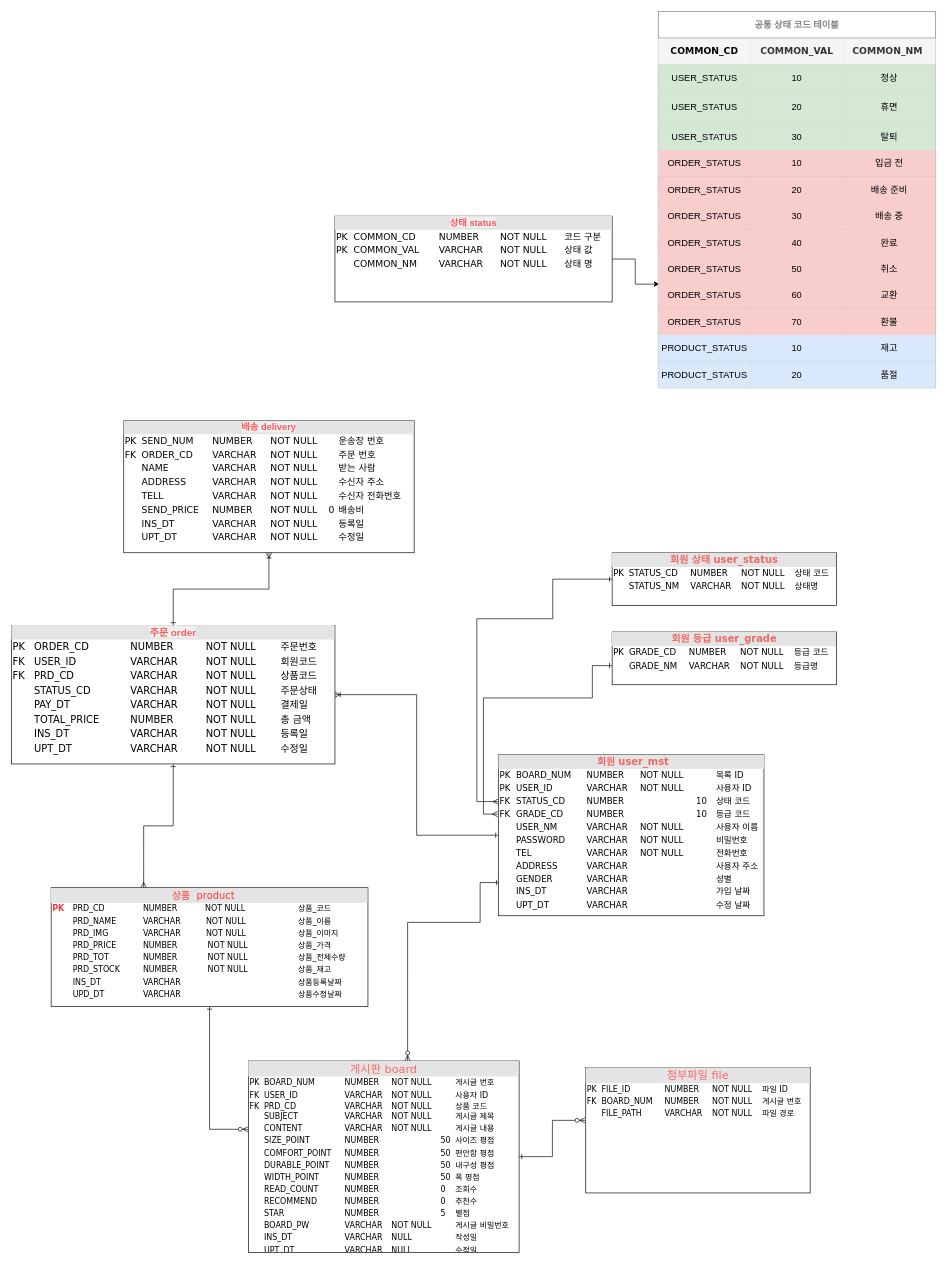
Before: Nike.com/NikeERP.drawio in MinJeung-Kim/Team-Project, a draw.io diagram. Source tidied: cells renumbered, new cells numbered last; positions are measured from the earlier drawing's top-left corner, leaving out a move shared by most shapes. Both pictures are drawn from the tidied source at 66%, with x=0, y=0 at pixel (11, 11).
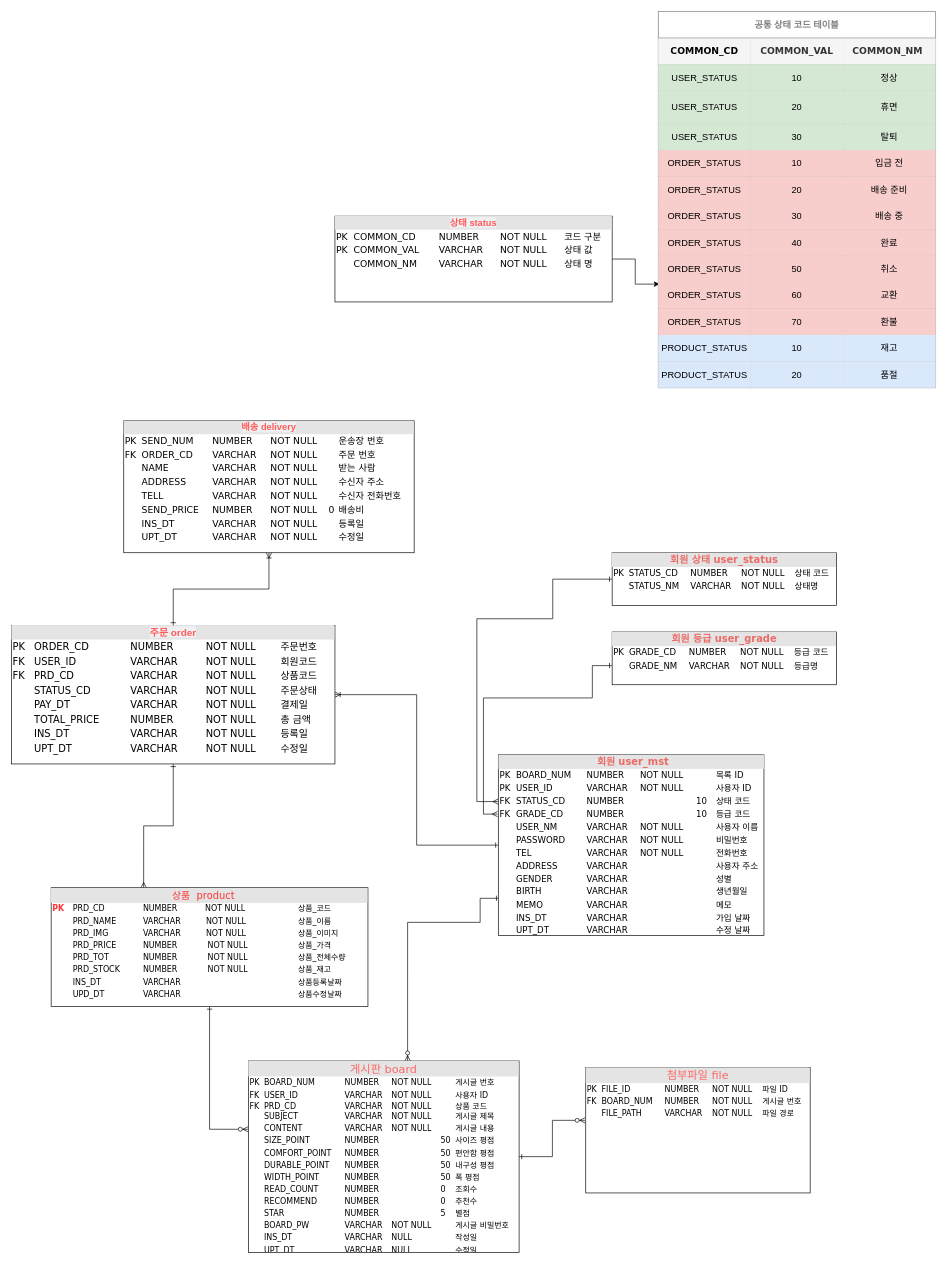
The same diagram, later.

Change to the diagram source:
```diff
@@
-    <mxCell id="12" value="&lt;div style=&quot;box-sizing: border-box ; width: 100% ; background: rgb(228 , 228 , 228) ; padding: 2px ; text-align: center ; font-size: 15px&quot;&gt;&lt;font color=&quot;#ea6b66&quot; style=&quot;font-size: 15px&quot;&gt;&amp;nbsp;&lt;font style=&quot;font-size: 15px&quot;&gt;&lt;b&gt;회원&lt;/b&gt;&lt;/font&gt; &lt;b&gt;user_mst&lt;/b&gt;&lt;/font&gt;&lt;/div&gt;&lt;table cellpadding=&quot;2&quot; cellspacing=&quot;0&quot; style=&quot;font-size: 13px ; width: 410.667px&quot;&gt;&lt;tbody&gt;&lt;tr&gt;&lt;td&gt;&lt;font style=&quot;font-size: 13px&quot;&gt;PK&lt;/font&gt;&lt;/td&gt;&lt;td&gt;&lt;font style=&quot;font-size: 13px&quot;&gt;BOARD_NUM&lt;br&gt;&lt;/font&gt;&lt;/td&gt;&lt;td&gt;&lt;font style=&quot;font-size: 13px&quot;&gt;NUMBER&lt;/font&gt;&lt;/td&gt;&lt;td&gt;&lt;font style=&quot;font-size: 13px&quot;&gt;NOT NULL&lt;/font&gt;&lt;/td&gt;&lt;td&gt;&lt;font style=&quot;font-size: 13px&quot;&gt;&lt;br&gt;&lt;/font&gt;&lt;/td&gt;&lt;td&gt;&lt;font style=&quot;font-size: 13px&quot;&gt;&lt;br&gt;&lt;/font&gt;&lt;/td&gt;&lt;td&gt;&lt;font style=&quot;font-size: 13px&quot;&gt;목록 ID&lt;/font&gt;&lt;/td&gt;&lt;/tr&gt;&lt;tr&gt;&lt;td&gt;&lt;font style=&quot;font-size: 13px&quot;&gt;PK&lt;/font&gt;&lt;/td&gt;&lt;td&gt;&lt;font style=&quot;font-size: 13px&quot;&gt;USER_ID&lt;/font&gt;&lt;/td&gt;&lt;td&gt;&lt;font style=&quot;font-size: 13px&quot;&gt;VARCHAR&lt;/font&gt;&lt;/td&gt;&lt;td&gt;&lt;font style=&quot;font-size: 13px&quot;&gt;NOT NULL&lt;/font&gt;&lt;/td&gt;&lt;td&gt;&lt;font style=&quot;font-size: 13px&quot;&gt;&lt;br&gt;&lt;/font&gt;&lt;/td&gt;&lt;td&gt;&lt;font style=&quot;font-size: 13px&quot;&gt;&lt;br&gt;&lt;/font&gt;&lt;/td&gt;&lt;td&gt;&lt;font style=&quot;font-size: 13px&quot;&gt;사용자 ID&lt;/font&gt;&lt;/td&gt;&lt;/tr&gt;&lt;tr&gt;&lt;td&gt;&lt;font style=&quot;font-size: 13px&quot;&gt;FK&lt;/font&gt;&lt;/td&gt;&lt;td&gt;&lt;font style=&quot;font-size: 13px&quot;&gt;STATUS_CD&lt;/font&gt;&lt;/td&gt;&lt;td&gt;&lt;font style=&quot;font-size: 13px&quot;&gt;NUMBER&lt;br&gt;&lt;/font&gt;&lt;/td&gt;&lt;td&gt;&lt;font style=&quot;font-size: 13px&quot;&gt;&lt;br&gt;&lt;/font&gt;&lt;/td&gt;&lt;td&gt;&lt;font style=&quot;font-size: 13px&quot;&gt;10&lt;/font&gt;&lt;/td&gt;&lt;td&gt;&lt;font style=&quot;font-size: 13px&quot;&gt;&lt;br&gt;&lt;/font&gt;&lt;/td&gt;&lt;td&gt;&lt;font style=&quot;font-size: 13px&quot;&gt;상태 코드&lt;/font&gt;&lt;/td&gt;&lt;/tr&gt;&lt;tr&gt;&lt;td&gt;&lt;font style=&quot;font-size: 13px&quot;&gt;FK&lt;/font&gt;&lt;/td&gt;&lt;td&gt;&lt;font style=&quot;font-size: 13px&quot;&gt;GRADE_CD&lt;/font&gt;&lt;/td&gt;&lt;td&gt;&lt;font style=&quot;font-size: 13px&quot;&gt;NUMBER&lt;br&gt;&lt;/font&gt;&lt;/td&gt;&lt;td&gt;&lt;font style=&quot;font-size: 13px&quot;&gt;&lt;br&gt;&lt;/font&gt;&lt;/td&gt;&lt;td&gt;&lt;font style=&quot;font-size: 13px&quot;&gt;10&lt;/font&gt;&lt;/td&gt;&lt;td&gt;&lt;font style=&quot;font-size: 13px&quot;&gt;&lt;br&gt;&lt;/font&gt;&lt;/td&gt;&lt;td&gt;&lt;font style=&quot;font-size: 13px&quot;&gt;등급 코드&lt;/font&gt;&lt;/td&gt;&lt;/tr&gt;&lt;tr&gt;&lt;td&gt;&lt;font style=&quot;font-size: 13px&quot;&gt;&lt;br&gt;&lt;/font&gt;&lt;/td&gt;&lt;td&gt;&lt;font style=&quot;font-size: 13px&quot;&gt;USER_NM&lt;br&gt;&lt;/font&gt;&lt;/td&gt;&lt;td&gt;&lt;font style=&quot;font-size: 13px&quot;&gt;VARCHAR&lt;br&gt;&lt;/font&gt;&lt;/td&gt;&lt;td&gt;&lt;font style=&quot;font-size: 13px&quot;&gt;NOT NULL&lt;br&gt;&lt;/font&gt;&lt;/td&gt;&lt;td&gt;&lt;font style=&quot;font-size: 13px&quot;&gt;&lt;br&gt;&lt;/font&gt;&lt;/td&gt;&lt;td&gt;&lt;font style=&quot;font-size: 13px&quot;&gt;&lt;br&gt;&lt;/font&gt;&lt;/td&gt;&lt;td&gt;&lt;font style=&quot;font-size: 13px&quot;&gt;사용자 이름&lt;br&gt;&lt;/font&gt;&lt;/td&gt;&lt;/tr&gt;&lt;tr&gt;&lt;td&gt;&lt;font style=&quot;font-size: 13px&quot;&gt;&lt;br&gt;&lt;/font&gt;&lt;/td&gt;&lt;td&gt;&lt;font style=&quot;font-size: 13px&quot;&gt;PASSWORD&lt;br&gt;&lt;/font&gt;&lt;/td&gt;&lt;td&gt;&lt;font style=&quot;font-size: 13px&quot;&gt;VARCHAR&lt;br&gt;&lt;/font&gt;&lt;/td&gt;&lt;td&gt;&lt;font style=&quot;font-size: 13px&quot;&gt;NOT NULL&lt;br&gt;&lt;/font&gt;&lt;/td&gt;&lt;td&gt;&lt;font style=&quot;font-size: 13px&quot;&gt;&lt;br&gt;&lt;/font&gt;&lt;/td&gt;&lt;td&gt;&lt;font style=&quot;font-size: 13px&quot;&gt;&lt;br&gt;&lt;/font&gt;&lt;/td&gt;&lt;td&gt;&lt;font style=&quot;font-size: 13px&quot;&gt;비밀번호&lt;br&gt;&lt;/font&gt;&lt;/td&gt;&lt;/tr&gt;&lt;tr&gt;&lt;td&gt;&lt;font style=&quot;font-size: 13px&quot;&gt;&lt;br&gt;&lt;/font&gt;&lt;/td&gt;&lt;td&gt;&lt;font style=&quot;font-size: 13px&quot;&gt;TEL&lt;br&gt;&lt;/font&gt;&lt;/td&gt;&lt;td&gt;&lt;font style=&quot;font-size: 13px&quot;&gt;VARCHAR&lt;br&gt;&lt;/font&gt;&lt;/td&gt;&lt;td&gt;&lt;font style=&quot;font-size: 13px&quot;&gt;NOT NULL&lt;br&gt;&lt;/font&gt;&lt;/td&gt;&lt;td&gt;&lt;font style=&quot;font-size: 13px&quot;&gt;&lt;br&gt;&lt;/font&gt;&lt;/td&gt;&lt;td&gt;&lt;font style=&quot;font-size: 13px&quot;&gt;&lt;br&gt;&lt;/font&gt;&lt;/td&gt;&lt;td&gt;&lt;font style=&quot;font-size: 13px&quot;&gt;전화번호&lt;br&gt;&lt;/font&gt;&lt;/td&gt;&lt;/tr&gt;&lt;tr&gt;&lt;td&gt;&lt;font style=&quot;font-size: 13px&quot;&gt;&lt;br&gt;&lt;/font&gt;&lt;/td&gt;&lt;td&gt;&lt;font style=&quot;font-size: 13px&quot;&gt;ADDRESS&lt;/font&gt;&lt;/td&gt;&lt;td&gt;&lt;font style=&quot;font-size: 13px&quot;&gt;VARCHAR&lt;br&gt;&lt;/font&gt;&lt;/td&gt;&lt;td&gt;&lt;font style=&quot;font-size: 13px&quot;&gt;&lt;br&gt;&lt;/font&gt;&lt;/td&gt;&lt;td&gt;&lt;font style=&quot;font-size: 13px&quot;&gt;&lt;br&gt;&lt;/font&gt;&lt;/td&gt;&lt;td&gt;&lt;font style=&quot;font-size: 13px&quot;&gt;&lt;br&gt;&lt;/font&gt;&lt;/td&gt;&lt;td&gt;&lt;font style=&quot;font-size: 13px&quot;&gt;사용자 주소&lt;/font&gt;&lt;/td&gt;&lt;/tr&gt;&lt;tr&gt;&lt;td&gt;&lt;font style=&quot;font-size: 13px&quot;&gt;&lt;br&gt;&lt;/font&gt;&lt;/td&gt;&lt;td&gt;&lt;font style=&quot;font-size: 13px&quot;&gt;GENDER&lt;/font&gt;&lt;/td&gt;&lt;td&gt;&lt;font style=&quot;font-size: 13px&quot;&gt;VARCHAR&lt;br&gt;&lt;/font&gt;&lt;/td&gt;&lt;td&gt;&lt;font style=&quot;font-size: 13px&quot;&gt;&lt;br&gt;&lt;/font&gt;&lt;/td&gt;&lt;td&gt;&lt;font style=&quot;font-size: 13px&quot;&gt;&lt;br&gt;&lt;/font&gt;&lt;/td&gt;&lt;td&gt;&lt;font style=&quot;font-size: 13px&quot;&gt;&lt;br&gt;&lt;/font&gt;&lt;/td&gt;&lt;td&gt;&lt;font style=&quot;font-size: 13px&quot;&gt;성별&lt;/font&gt;&lt;/td&gt;&lt;/tr&gt;&lt;tr&gt;&lt;td&gt;&lt;font style=&quot;font-size: 13px&quot;&gt;&lt;br&gt;&lt;/font&gt;&lt;/td&gt;&lt;td&gt;&lt;font style=&quot;font-size: 13px&quot;&gt;INS_DT&lt;/font&gt;&lt;/td&gt;&lt;td&gt;&lt;font style=&quot;font-size: 13px&quot;&gt;VARCHAR&lt;br&gt;&lt;/font&gt;&lt;/td&gt;&lt;td&gt;&lt;font style=&quot;font-size: 13px&quot;&gt;&lt;br&gt;&lt;/font&gt;&lt;/td&gt;&lt;td&gt;&lt;font style=&quot;font-size: 13px&quot;&gt;&lt;br&gt;&lt;/font&gt;&lt;/td&gt;&lt;td&gt;&lt;font style=&quot;font-size: 13px&quot;&gt;&lt;br&gt;&lt;/font&gt;&lt;/td&gt;&lt;td&gt;&lt;font style=&quot;font-size: 13px&quot;&gt;가입 날짜&lt;/font&gt;&lt;/td&gt;&lt;/tr&gt;&lt;tr&gt;&lt;td&gt;&lt;font style=&quot;font-size: 13px&quot;&gt;&lt;br&gt;&lt;/font&gt;&lt;/td&gt;&lt;td&gt;&lt;font style=&quot;font-size: 13px&quot;&gt;UPT_DT&lt;/font&gt;&lt;/td&gt;&lt;td&gt;&lt;font style=&quot;font-size: 13px&quot;&gt;VARCHAR&lt;br&gt;&lt;/font&gt;&lt;/td&gt;&lt;td&gt;&lt;font style=&quot;font-size: 13px&quot;&gt;&lt;br&gt;&lt;/font&gt;&lt;/td&gt;&lt;td&gt;&lt;font style=&quot;font-size: 13px&quot;&gt;&lt;br&gt;&lt;/font&gt;&lt;/td&gt;&lt;td&gt;&lt;font style=&quot;font-size: 13px&quot;&gt;&lt;br&gt;&lt;/font&gt;&lt;/td&gt;&lt;td&gt;&lt;font style=&quot;font-size: 13px&quot;&gt;수정 날짜&lt;/font&gt;&lt;/td&gt;&lt;/tr&gt;&lt;/tbody&gt;&lt;/table&gt;" style="verticalAlign=top;align=left;overflow=fill;html=1;rounded=0;shadow=0;comic=0;labelBackgroundColor=none;strokeWidth=1;fontFamily=Verdana;fontSize=12;spacingTop=0;spacingBottom=0;" parent="1" vertex="1">
-      <mxGeometry x="737.5" y="1126" width="402.5" height="244" as="geometry" />
+    <mxCell id="12" value="&lt;div style=&quot;box-sizing: border-box ; width: 100% ; background: rgb(228 , 228 , 228) ; padding: 2px ; text-align: center ; font-size: 15px&quot;&gt;&lt;font color=&quot;#ea6b66&quot; style=&quot;font-size: 15px&quot;&gt;&amp;nbsp;&lt;font style=&quot;font-size: 15px&quot;&gt;&lt;b&gt;회원&lt;/b&gt;&lt;/font&gt; &lt;b&gt;user_mst&lt;/b&gt;&lt;/font&gt;&lt;/div&gt;&lt;table cellpadding=&quot;2&quot; cellspacing=&quot;0&quot; style=&quot;font-size: 13px ; width: 410.667px&quot;&gt;&lt;tbody&gt;&lt;tr&gt;&lt;td&gt;&lt;font style=&quot;font-size: 13px&quot;&gt;PK&lt;/font&gt;&lt;/td&gt;&lt;td&gt;&lt;font style=&quot;font-size: 13px&quot;&gt;BOARD_NUM&lt;br&gt;&lt;/font&gt;&lt;/td&gt;&lt;td&gt;&lt;font style=&quot;font-size: 13px&quot;&gt;NUMBER&lt;/font&gt;&lt;/td&gt;&lt;td&gt;&lt;font style=&quot;font-size: 13px&quot;&gt;NOT NULL&lt;/font&gt;&lt;/td&gt;&lt;td&gt;&lt;font style=&quot;font-size: 13px&quot;&gt;&lt;br&gt;&lt;/font&gt;&lt;/td&gt;&lt;td&gt;&lt;font style=&quot;font-size: 13px&quot;&gt;&lt;br&gt;&lt;/font&gt;&lt;/td&gt;&lt;td&gt;&lt;font style=&quot;font-size: 13px&quot;&gt;목록 ID&lt;/font&gt;&lt;/td&gt;&lt;/tr&gt;&lt;tr&gt;&lt;td&gt;&lt;font style=&quot;font-size: 13px&quot;&gt;PK&lt;/font&gt;&lt;/td&gt;&lt;td&gt;&lt;font style=&quot;font-size: 13px&quot;&gt;USER_ID&lt;/font&gt;&lt;/td&gt;&lt;td&gt;&lt;font style=&quot;font-size: 13px&quot;&gt;VARCHAR&lt;/font&gt;&lt;/td&gt;&lt;td&gt;&lt;font style=&quot;font-size: 13px&quot;&gt;NOT NULL&lt;/font&gt;&lt;/td&gt;&lt;td&gt;&lt;font style=&quot;font-size: 13px&quot;&gt;&lt;br&gt;&lt;/font&gt;&lt;/td&gt;&lt;td&gt;&lt;font style=&quot;font-size: 13px&quot;&gt;&lt;br&gt;&lt;/font&gt;&lt;/td&gt;&lt;td&gt;&lt;font style=&quot;font-size: 13px&quot;&gt;사용자 ID&lt;/font&gt;&lt;/td&gt;&lt;/tr&gt;&lt;tr&gt;&lt;td&gt;&lt;font style=&quot;font-size: 13px&quot;&gt;FK&lt;/font&gt;&lt;/td&gt;&lt;td&gt;&lt;font style=&quot;font-size: 13px&quot;&gt;STATUS_CD&lt;/font&gt;&lt;/td&gt;&lt;td&gt;&lt;font style=&quot;font-size: 13px&quot;&gt;NUMBER&lt;br&gt;&lt;/font&gt;&lt;/td&gt;&lt;td&gt;&lt;font style=&quot;font-size: 13px&quot;&gt;&lt;br&gt;&lt;/font&gt;&lt;/td&gt;&lt;td&gt;&lt;font style=&quot;font-size: 13px&quot;&gt;10&lt;/font&gt;&lt;/td&gt;&lt;td&gt;&lt;font style=&quot;font-size: 13px&quot;&gt;&lt;br&gt;&lt;/font&gt;&lt;/td&gt;&lt;td&gt;&lt;font style=&quot;font-size: 13px&quot;&gt;상태 코드&lt;/font&gt;&lt;/td&gt;&lt;/tr&gt;&lt;tr&gt;&lt;td&gt;&lt;font style=&quot;font-size: 13px&quot;&gt;FK&lt;/font&gt;&lt;/td&gt;&lt;td&gt;&lt;font style=&quot;font-size: 13px&quot;&gt;GRADE_CD&lt;/font&gt;&lt;/td&gt;&lt;td&gt;&lt;font style=&quot;font-size: 13px&quot;&gt;NUMBER&lt;br&gt;&lt;/font&gt;&lt;/td&gt;&lt;td&gt;&lt;font style=&quot;font-size: 13px&quot;&gt;&lt;br&gt;&lt;/font&gt;&lt;/td&gt;&lt;td&gt;&lt;font style=&quot;font-size: 13px&quot;&gt;10&lt;/font&gt;&lt;/td&gt;&lt;td&gt;&lt;font style=&quot;font-size: 13px&quot;&gt;&lt;br&gt;&lt;/font&gt;&lt;/td&gt;&lt;td&gt;&lt;font style=&quot;font-size: 13px&quot;&gt;등급 코드&lt;/font&gt;&lt;/td&gt;&lt;/tr&gt;&lt;tr&gt;&lt;td&gt;&lt;font style=&quot;font-size: 13px&quot;&gt;&lt;br&gt;&lt;/font&gt;&lt;/td&gt;&lt;td&gt;&lt;font style=&quot;font-size: 13px&quot;&gt;USER_NM&lt;br&gt;&lt;/font&gt;&lt;/td&gt;&lt;td&gt;&lt;font style=&quot;font-size: 13px&quot;&gt;VARCHAR&lt;br&gt;&lt;/font&gt;&lt;/td&gt;&lt;td&gt;&lt;font style=&quot;font-size: 13px&quot;&gt;NOT NULL&lt;br&gt;&lt;/font&gt;&lt;/td&gt;&lt;td&gt;&lt;font style=&quot;font-size: 13px&quot;&gt;&lt;br&gt;&lt;/font&gt;&lt;/td&gt;&lt;td&gt;&lt;font style=&quot;font-size: 13px&quot;&gt;&lt;br&gt;&lt;/font&gt;&lt;/td&gt;&lt;td&gt;&lt;font style=&quot;font-size: 13px&quot;&gt;사용자 이름&lt;br&gt;&lt;/font&gt;&lt;/td&gt;&lt;/tr&gt;&lt;tr&gt;&lt;td&gt;&lt;font style=&quot;font-size: 13px&quot;&gt;&lt;br&gt;&lt;/font&gt;&lt;/td&gt;&lt;td&gt;&lt;font style=&quot;font-size: 13px&quot;&gt;PASSWORD&lt;br&gt;&lt;/font&gt;&lt;/td&gt;&lt;td&gt;&lt;font style=&quot;font-size: 13px&quot;&gt;VARCHAR&lt;br&gt;&lt;/font&gt;&lt;/td&gt;&lt;td&gt;&lt;font style=&quot;font-size: 13px&quot;&gt;NOT NULL&lt;br&gt;&lt;/font&gt;&lt;/td&gt;&lt;td&gt;&lt;font style=&quot;font-size: 13px&quot;&gt;&lt;br&gt;&lt;/font&gt;&lt;/td&gt;&lt;td&gt;&lt;font style=&quot;font-size: 13px&quot;&gt;&lt;br&gt;&lt;/font&gt;&lt;/td&gt;&lt;td&gt;&lt;font style=&quot;font-size: 13px&quot;&gt;비밀번호&lt;br&gt;&lt;/font&gt;&lt;/td&gt;&lt;/tr&gt;&lt;tr&gt;&lt;td&gt;&lt;font style=&quot;font-size: 13px&quot;&gt;&lt;br&gt;&lt;/font&gt;&lt;/td&gt;&lt;td&gt;&lt;font style=&quot;font-size: 13px&quot;&gt;TEL&lt;br&gt;&lt;/font&gt;&lt;/td&gt;&lt;td&gt;&lt;font style=&quot;font-size: 13px&quot;&gt;VARCHAR&lt;br&gt;&lt;/font&gt;&lt;/td&gt;&lt;td&gt;&lt;font style=&quot;font-size: 13px&quot;&gt;NOT NULL&lt;br&gt;&lt;/font&gt;&lt;/td&gt;&lt;td&gt;&lt;font style=&quot;font-size: 13px&quot;&gt;&lt;br&gt;&lt;/font&gt;&lt;/td&gt;&lt;td&gt;&lt;font style=&quot;font-size: 13px&quot;&gt;&lt;br&gt;&lt;/font&gt;&lt;/td&gt;&lt;td&gt;&lt;font style=&quot;font-size: 13px&quot;&gt;전화번호&lt;br&gt;&lt;/font&gt;&lt;/td&gt;&lt;/tr&gt;&lt;tr&gt;&lt;td&gt;&lt;font style=&quot;font-size: 13px&quot;&gt;&lt;br&gt;&lt;/font&gt;&lt;/td&gt;&lt;td&gt;&lt;font style=&quot;font-size: 13px&quot;&gt;ADDRESS&lt;/font&gt;&lt;/td&gt;&lt;td&gt;&lt;font style=&quot;font-size: 13px&quot;&gt;VARCHAR&lt;br&gt;&lt;/font&gt;&lt;/td&gt;&lt;td&gt;&lt;font style=&quot;font-size: 13px&quot;&gt;&lt;br&gt;&lt;/font&gt;&lt;/td&gt;&lt;td&gt;&lt;font style=&quot;font-size: 13px&quot;&gt;&lt;br&gt;&lt;/font&gt;&lt;/td&gt;&lt;td&gt;&lt;font style=&quot;font-size: 13px&quot;&gt;&lt;br&gt;&lt;/font&gt;&lt;/td&gt;&lt;td&gt;&lt;font style=&quot;font-size: 13px&quot;&gt;사용자 주소&lt;/font&gt;&lt;/td&gt;&lt;/tr&gt;&lt;tr&gt;&lt;td&gt;&lt;font style=&quot;font-size: 13px&quot;&gt;&lt;br&gt;&lt;/font&gt;&lt;/td&gt;&lt;td&gt;&lt;font style=&quot;font-size: 13px&quot;&gt;GENDER&lt;/font&gt;&lt;/td&gt;&lt;td&gt;&lt;font style=&quot;font-size: 13px&quot;&gt;VARCHAR&lt;br&gt;&lt;/font&gt;&lt;/td&gt;&lt;td&gt;&lt;font style=&quot;font-size: 13px&quot;&gt;&lt;br&gt;&lt;/font&gt;&lt;/td&gt;&lt;td&gt;&lt;font style=&quot;font-size: 13px&quot;&gt;&lt;br&gt;&lt;/font&gt;&lt;/td&gt;&lt;td&gt;&lt;font style=&quot;font-size: 13px&quot;&gt;&lt;br&gt;&lt;/font&gt;&lt;/td&gt;&lt;td&gt;&lt;font style=&quot;font-size: 13px&quot;&gt;성별&lt;/font&gt;&lt;/td&gt;&lt;/tr&gt;&lt;tr&gt;&lt;td&gt;&lt;br&gt;&lt;/td&gt;&lt;td&gt;BIRTH&lt;/td&gt;&lt;td&gt;VARCHAR&lt;/td&gt;&lt;td&gt;&lt;br&gt;&lt;/td&gt;&lt;td&gt;&lt;br&gt;&lt;/td&gt;&lt;td&gt;&lt;br&gt;&lt;/td&gt;&lt;td&gt;생년월일&lt;/td&gt;&lt;/tr&gt;&lt;tr&gt;&lt;td&gt;&lt;br&gt;&lt;/td&gt;&lt;td&gt;MEMO&lt;/td&gt;&lt;td&gt;VARCHAR&lt;/td&gt;&lt;td&gt;&lt;br&gt;&lt;/td&gt;&lt;td&gt;&lt;br&gt;&lt;/td&gt;&lt;td&gt;&lt;br&gt;&lt;/td&gt;&lt;td&gt;메모&lt;/td&gt;&lt;/tr&gt;&lt;tr&gt;&lt;td&gt;&lt;font style=&quot;font-size: 13px&quot;&gt;&lt;br&gt;&lt;/font&gt;&lt;/td&gt;&lt;td&gt;&lt;font style=&quot;font-size: 13px&quot;&gt;INS_DT&lt;/font&gt;&lt;/td&gt;&lt;td&gt;&lt;font style=&quot;font-size: 13px&quot;&gt;VARCHAR&lt;br&gt;&lt;/font&gt;&lt;/td&gt;&lt;td&gt;&lt;font style=&quot;font-size: 13px&quot;&gt;&lt;br&gt;&lt;/font&gt;&lt;/td&gt;&lt;td&gt;&lt;font style=&quot;font-size: 13px&quot;&gt;&lt;br&gt;&lt;/font&gt;&lt;/td&gt;&lt;td&gt;&lt;font style=&quot;font-size: 13px&quot;&gt;&lt;br&gt;&lt;/font&gt;&lt;/td&gt;&lt;td&gt;&lt;font style=&quot;font-size: 13px&quot;&gt;가입 날짜&lt;/font&gt;&lt;/td&gt;&lt;/tr&gt;&lt;tr&gt;&lt;td&gt;&lt;font style=&quot;font-size: 13px&quot;&gt;&lt;br&gt;&lt;/font&gt;&lt;/td&gt;&lt;td&gt;&lt;font style=&quot;font-size: 13px&quot;&gt;UPT_DT&lt;/font&gt;&lt;/td&gt;&lt;td&gt;&lt;font style=&quot;font-size: 13px&quot;&gt;VARCHAR&lt;br&gt;&lt;/font&gt;&lt;/td&gt;&lt;td&gt;&lt;font style=&quot;font-size: 13px&quot;&gt;&lt;br&gt;&lt;/font&gt;&lt;/td&gt;&lt;td&gt;&lt;font style=&quot;font-size: 13px&quot;&gt;&lt;br&gt;&lt;/font&gt;&lt;/td&gt;&lt;td&gt;&lt;font style=&quot;font-size: 13px&quot;&gt;&lt;br&gt;&lt;/font&gt;&lt;/td&gt;&lt;td&gt;&lt;font style=&quot;font-size: 13px&quot;&gt;수정 날짜&lt;/font&gt;&lt;/td&gt;&lt;/tr&gt;&lt;/tbody&gt;&lt;/table&gt;" style="verticalAlign=top;align=left;overflow=fill;html=1;rounded=0;shadow=0;comic=0;labelBackgroundColor=none;strokeWidth=1;fontFamily=Verdana;fontSize=12;spacingTop=0;spacingBottom=0;" parent="1" vertex="1">
+      <mxGeometry x="737.5" y="1126" width="402.5" height="274" as="geometry" />
     </mxCell>
```
